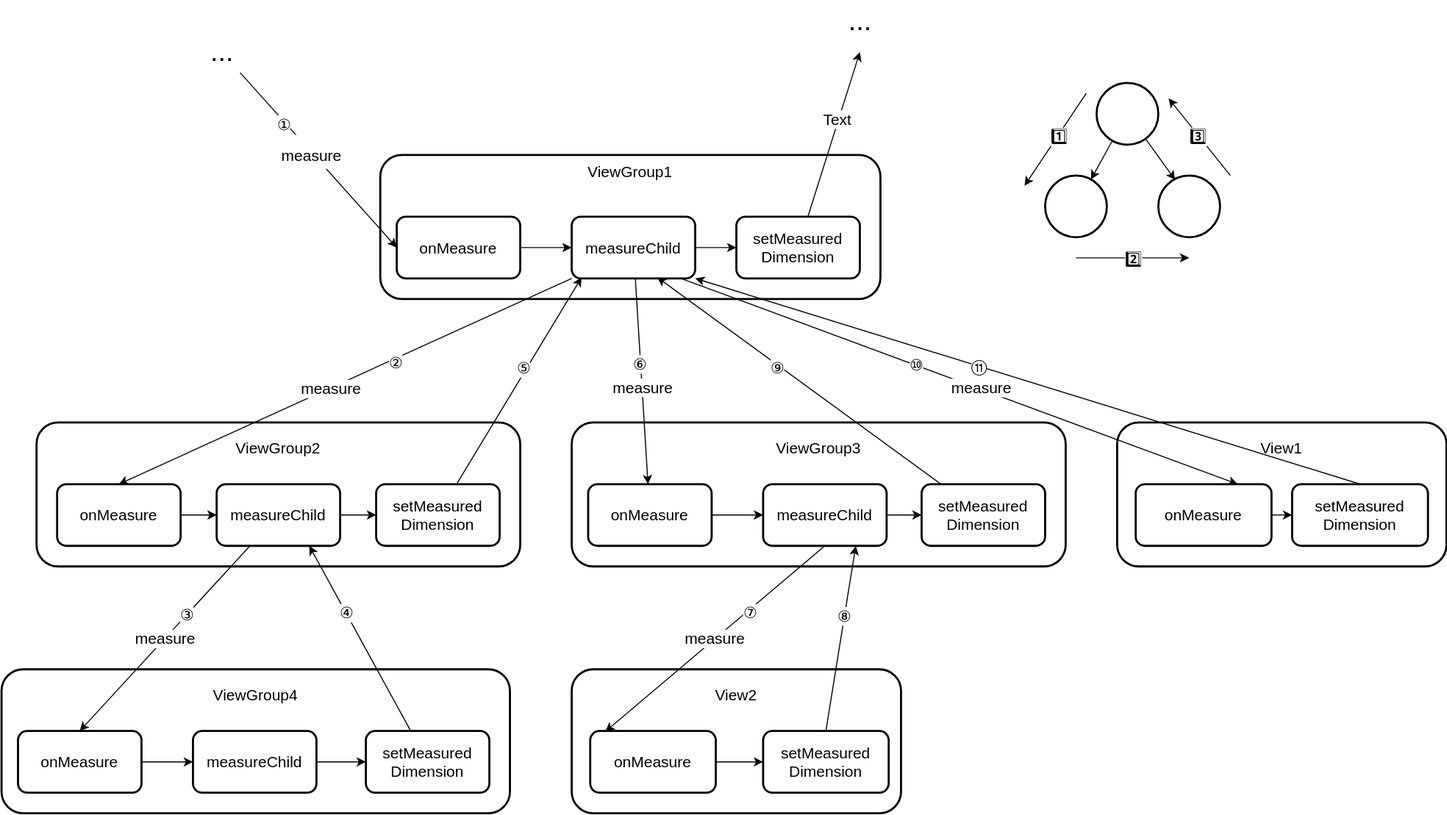
The draw.io diagram android-view-measure/view_recursively_draw.drawio.svg in spirytusz/spirytusz.github.io, before a commit. Source tidied: cells renumbered, new cells last; positions are measured from the earlier drawing's top-left corner, leaving out a move shared by most shapes.
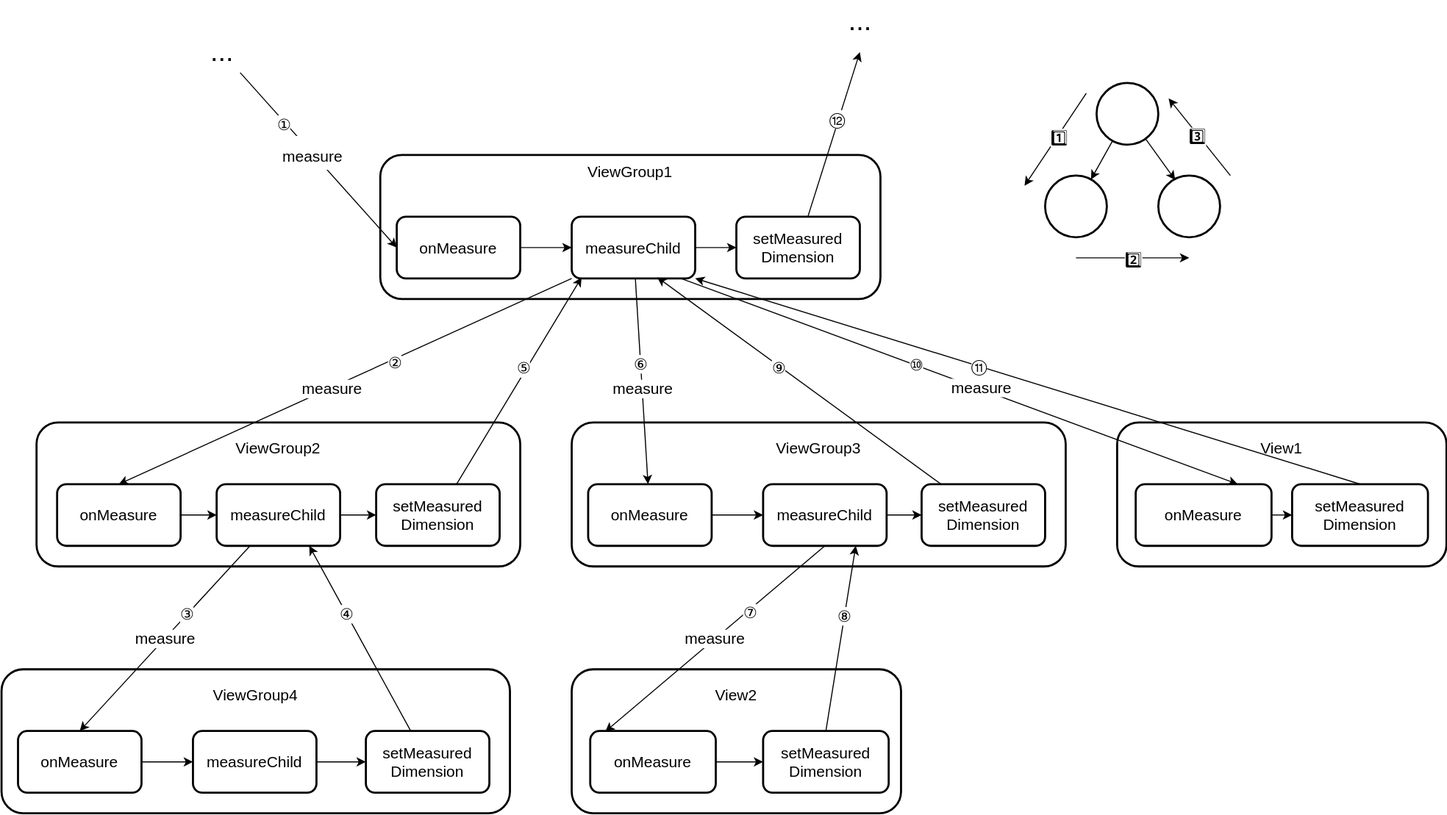
The same diagram one commit later.

Diff of the diagram source:
```diff
@@ -137,7 +137,7 @@
         <mxPoint x="834" y="50" as="targetPoint" />
       </mxGeometry>
     </mxCell>
-    <mxCell id="45" value="Text" style="edgeLabel;html=1;align=center;verticalAlign=middle;fontSize=15;" parent="44" vertex="1">
+    <mxCell id="45" value="⑫" style="edgeLabel;html=1;align=center;verticalAlign=middle;fontSize=15;" parent="44" vertex="1">
       <mxGeometry x="0.19" y="2" relative="1" as="geometry" />
     </mxCell>
     <mxCell id="46" value="setMeasured&lt;br&gt;Dimension" style="rounded=1;whiteSpace=wrap;html=1;fontSize=15;strokeWidth=2;" parent="1" vertex="1">
```
